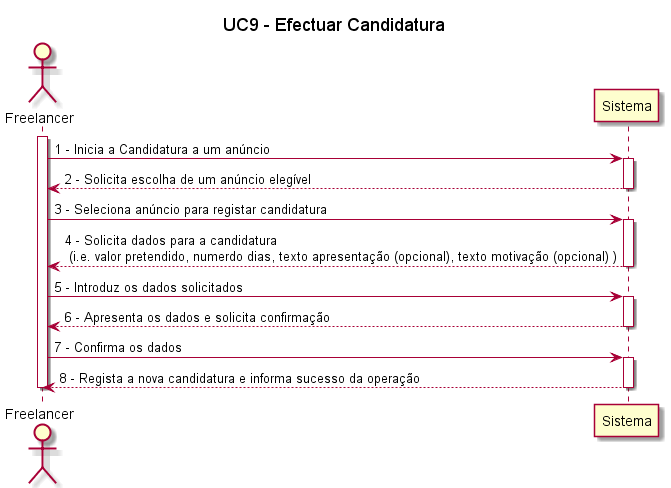
Earlier version of the PlantUML export Documentação/Sprint 3/UC09_Efectuar_Candidatura/UC9_Efectuar_Candidatura_SSD.png (blestonbandeiraUPSKILL/upskill_java1_labprg_grupo2). The source it was exported from:
```plantuml
@startuml
title UC9 - Efectuar Candidatura
actor Freelancer
activate Freelancer
Freelancer -> Sistema : 1 - Inicia a Candidatura a um anúncio
activate Sistema
Sistema --> Freelancer : 2 - Solicita escolha de um anúncio elegível
deactivate Sistema
Freelancer -> Sistema : 3 - Seleciona anúncio para registar candidatura
activate Sistema
Sistema --> Freelancer : 4 - Solicita dados para a candidatura \n (i.e. valor pretendido, numerdo dias, texto apresentação (opcional), texto motivação (opcional) )
deactivate Sistema
Freelancer -> Sistema : 5 - Introduz os dados solicitados
activate Sistema
Sistema --> Freelancer : 6 - Apresenta os dados e solicita confirmação
deactivate Sistema
Freelancer -> Sistema : 7 - Confirma os dados
activate Sistema
Sistema --> Freelancer : 8 - Regista a nova candidatura e informa sucesso da operação
deactivate Sistema
deactivate Freelancer
@enduml
```
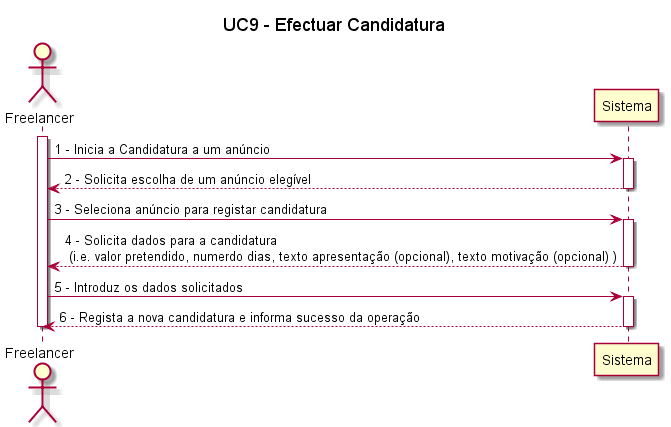
The same diagram one commit later.

The edit, as a diff of the source:
```diff
@@ -12,11 +12,7 @@
 deactivate Sistema
 Freelancer -> Sistema : 5 - Introduz os dados solicitados
 activate Sistema
-Sistema --> Freelancer : 6 - Apresenta os dados e solicita confirmação
-deactivate Sistema
-Freelancer -> Sistema : 7 - Confirma os dados
-activate Sistema
-Sistema --> Freelancer : 8 - Regista a nova candidatura e informa sucesso da operação
+Sistema --> Freelancer : 6 - Regista a nova candidatura e informa sucesso da operação
 deactivate Sistema
 deactivate Freelancer
 @enduml
```
